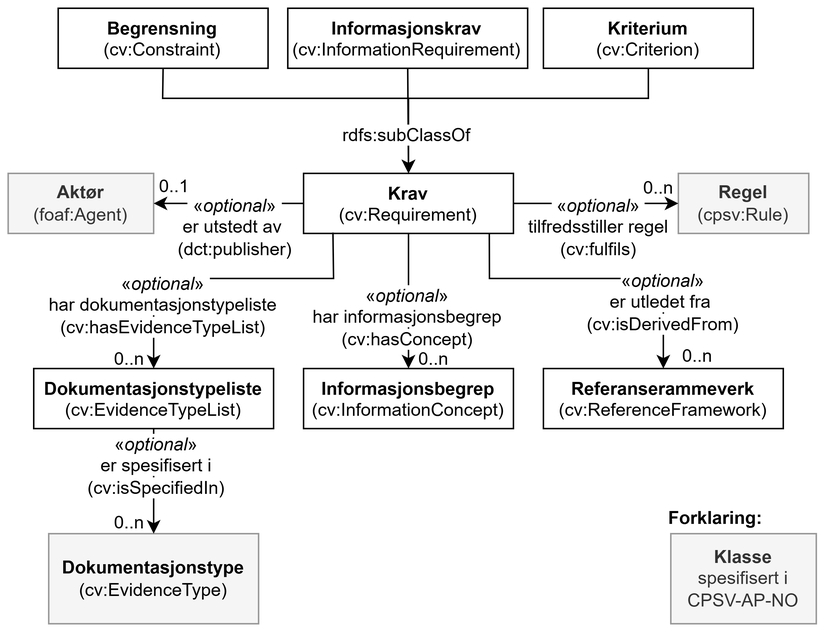
Informasjonsforvaltning/cccev-ap-no keeps this draw.io diagram as docs/images/CCCEV-AP-NO-klasser.png. Above is the earlier version. Source tidied: cells renumbered, new cells last; positions are measured from the earlier drawing's top-left corner, leaving out a move shared by most shapes.
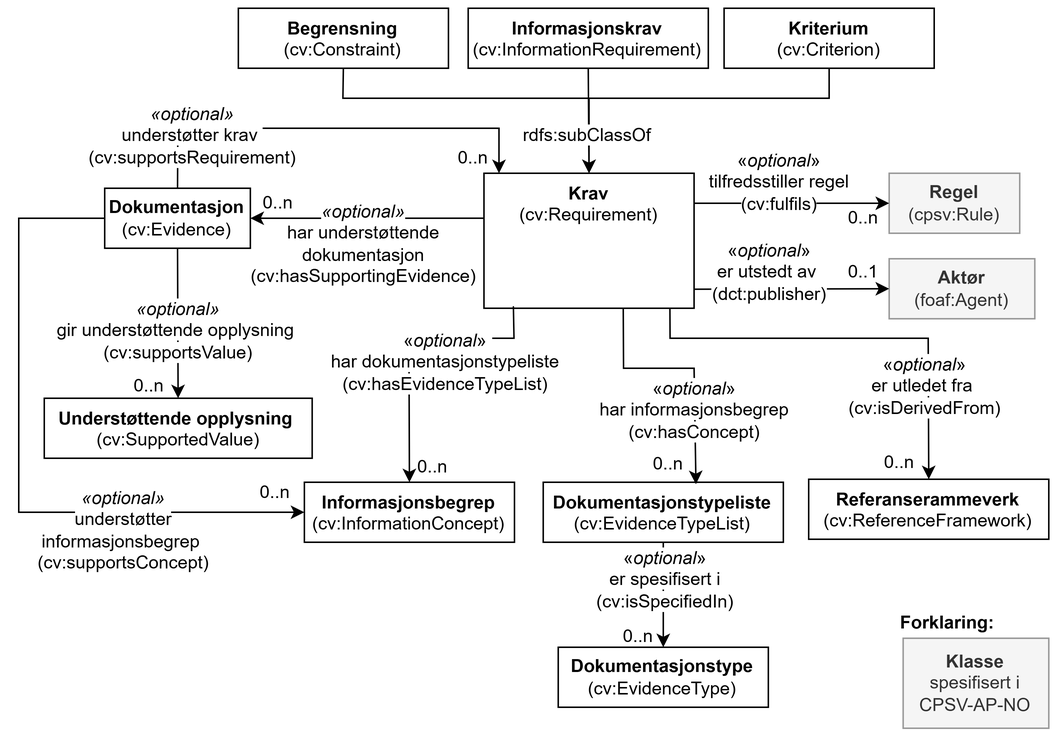
Above is the later version.

Commit message:
Oppdaterer fig, 1

Diff of the diagram source:
```diff
@@ -3,13 +3,13 @@
     <mxCell id="0" />
     <mxCell id="1" parent="0" />
     <mxCell id="2" value="&lt;b&gt;Krav&lt;br&gt;&lt;/b&gt;(cv:Requirement)" style="rounded=0;whiteSpace=wrap;html=1;verticalAlign=top;fontFamily=Helvetica;fontSize=12;fillColor=none;" parent="1" vertex="1">
-      <mxGeometry x="197" y="110" width="140" height="40" as="geometry" />
+      <mxGeometry x="197" y="110" width="140" height="90" as="geometry" />
     </mxCell>
     <mxCell id="3" value="&lt;b&gt;Begrensning&lt;/b&gt;&lt;br style=&quot;border-color: rgb(218, 218, 218);&quot;&gt;(cv:Constraint)" style="rounded=0;whiteSpace=wrap;html=1;verticalAlign=top;fontFamily=Helvetica;fontSize=12;fillColor=none;" parent="1" vertex="1">
       <mxGeometry x="33.3" width="140" height="40" as="geometry" />
     </mxCell>
     <mxCell id="4" value="&lt;b style=&quot;border-color: rgb(218, 218, 218);&quot;&gt;Informasjonsbegrep&lt;/b&gt;&lt;br style=&quot;border-color: rgb(218, 218, 218);&quot;&gt;(cv:InformationConcept)" style="rounded=0;whiteSpace=wrap;html=1;verticalAlign=top;fontFamily=Helvetica;fontSize=12;fillColor=none;" parent="1" vertex="1">
-      <mxGeometry x="197" y="240" width="140" height="40" as="geometry" />
+      <mxGeometry x="77.3" y="316" width="140" height="40" as="geometry" />
     </mxCell>
     <mxCell id="5" value="&lt;b style=&quot;border-color: rgb(218, 218, 218);&quot;&gt;Informasjonskrav&lt;/b&gt;&lt;br style=&quot;border-color: rgb(218, 218, 218);&quot;&gt;(cv:InformationRequirement)" style="rounded=0;whiteSpace=wrap;html=1;verticalAlign=top;fontFamily=Helvetica;fontSize=12;fillColor=none;" parent="1" vertex="1">
       <mxGeometry x="186.5" width="160" height="40" as="geometry" />
@@ -18,84 +18,90 @@
       <mxGeometry x="357" width="140" height="40" as="geometry" />
     </mxCell>
     <mxCell id="7" value="&lt;b&gt;Dokumentasjonstypeliste&lt;br&gt;&lt;/b&gt;(cv:EvidenceTypeList)" style="rounded=0;whiteSpace=wrap;html=1;verticalAlign=top;fontFamily=Helvetica;fontSize=12;fillColor=none;" parent="1" vertex="1">
-      <mxGeometry x="17" y="240" width="160" height="40" as="geometry" />
+      <mxGeometry x="236.5" y="316" width="160" height="40" as="geometry" />
     </mxCell>
     <mxCell id="8" value="&lt;b&gt;Referanserammeverk&lt;/b&gt;&lt;br&gt;(cv:ReferenceFramework)" style="rounded=0;whiteSpace=wrap;html=1;verticalAlign=top;fontFamily=Helvetica;fontSize=12;fillColor=none;" parent="1" vertex="1">
-      <mxGeometry x="357" y="240" width="160" height="40" as="geometry" />
+      <mxGeometry x="413.4" y="314" width="160" height="40" as="geometry" />
     </mxCell>
     <mxCell id="9" value="&lt;b&gt;Aktør&lt;/b&gt;&lt;br&gt;(foaf:Agent)" style="rounded=0;whiteSpace=wrap;html=1;fillColor=#f5f5f5;strokeColor=#999999;fontColor=#333333;" parent="1" vertex="1">
-      <mxGeometry x="-0.1" y="110" width="97" height="40" as="geometry" />
+      <mxGeometry x="467" y="167" width="97" height="40" as="geometry" />
     </mxCell>
     <mxCell id="10" value="&lt;b&gt;Regel&lt;/b&gt;&lt;br&gt;(cpsv:Rule)" style="rounded=0;whiteSpace=wrap;html=1;fillColor=#f5f5f5;strokeColor=#999999;fontColor=#333333;" parent="1" vertex="1">
-      <mxGeometry x="447" y="110" width="87" height="40" as="geometry" />
+      <mxGeometry x="467" y="110" width="87" height="40" as="geometry" />
     </mxCell>
-    <mxCell id="11" style="endArrow=classic;html=1;rounded=0;exitX=0;exitY=0.5;exitDx=0;exitDy=0;entryX=1;entryY=0.5;entryDx=0;entryDy=0;" parent="1" edge="1" source="2" target="9">
+    <mxCell id="11" style="endArrow=classic;html=1;rounded=0;exitX=1.002;exitY=0.859;exitDx=0;exitDy=0;exitPerimeter=0;entryX=0;entryY=0.5;entryDx=0;entryDy=0;" parent="1" edge="1" source="2" target="9">
       <mxGeometry relative="1" as="geometry" />
     </mxCell>
     <mxCell id="12" value="&lt;span style=&quot;background-color: rgb(255, 255, 255);&quot;&gt;&amp;nbsp;«&lt;i style=&quot;&quot;&gt;optional&lt;/i&gt;»&amp;nbsp;&lt;br&gt;er utstedt av&amp;nbsp;&lt;br&gt;(dct:publisher)&lt;/span&gt;" style="text;html=1;strokeColor=none;fillColor=none;align=center;verticalAlign=middle;whiteSpace=wrap;rounded=0;" parent="1" vertex="1">
-      <mxGeometry x="106.1" y="120" width="91" height="52" as="geometry" />
+      <mxGeometry x="342.1" y="150" width="91" height="52" as="geometry" />
     </mxCell>
-    <mxCell id="13" style="endArrow=classic;html=1;rounded=0;entryX=0;entryY=0.5;entryDx=0;entryDy=0;exitX=1;exitY=0.5;exitDx=0;exitDy=0;" parent="1" edge="1" source="2" target="10">
-      <mxGeometry relative="1" as="geometry" />
+    <mxCell id="13" style="endArrow=classic;html=1;rounded=0;entryX=0;entryY=0.5;entryDx=0;entryDy=0;" parent="1" edge="1" target="10">
+      <mxGeometry relative="1" as="geometry">
+        <mxPoint x="337" y="130" as="sourcePoint" />
+      </mxGeometry>
     </mxCell>
     <mxCell id="14" value="&lt;span style=&quot;background-color: rgb(255, 255, 255);&quot;&gt;&amp;nbsp;«&lt;i style=&quot;&quot;&gt;optional&lt;/i&gt;»&amp;nbsp;&lt;br&gt;tilfredsstiller regel&lt;br&gt;(cv:fulfils)&lt;/span&gt;" style="text;html=1;strokeColor=none;fillColor=none;align=center;verticalAlign=middle;whiteSpace=wrap;rounded=0;" parent="1" vertex="1">
-      <mxGeometry x="337" y="120" width="113.6" height="52" as="geometry" />
+      <mxGeometry x="337" y="90" width="113.6" height="52" as="geometry" />
     </mxCell>
     <mxCell id="15" value="0..1" style="text;html=1;strokeColor=none;fillColor=none;align=center;verticalAlign=middle;whiteSpace=wrap;rounded=0;" parent="1" vertex="1">
-      <mxGeometry x="98" y="109" width="26" height="20" as="geometry" />
+      <mxGeometry x="437" y="166" width="26" height="20" as="geometry" />
     </mxCell>
     <mxCell id="16" value="0..n" style="text;html=1;strokeColor=none;fillColor=none;align=center;verticalAlign=middle;whiteSpace=wrap;rounded=0;" parent="1" vertex="1">
-      <mxGeometry x="416.6" y="110" width="34" height="20" as="geometry" />
+      <mxGeometry x="433" y="130" width="34" height="20" as="geometry" />
     </mxCell>
-    <mxCell id="17" style="endArrow=classic;html=1;rounded=0;exitX=0.14;exitY=0.985;exitDx=0;exitDy=0;exitPerimeter=0;" parent="1" edge="1" source="2">
+    <mxCell id="17" style="endArrow=classic;html=1;rounded=0;exitX=0.14;exitY=0.985;exitDx=0;exitDy=0;exitPerimeter=0;entryX=0.5;entryY=0;entryDx=0;entryDy=0;" parent="1" edge="1" source="2" target="4">
       <mxGeometry relative="1" as="geometry">
-        <mxPoint x="97" y="240" as="targetPoint" />
         <Array as="points">
-          <mxPoint x="217" y="180" />
-          <mxPoint x="97" y="180" />
+          <mxPoint x="217" y="220" />
+          <mxPoint x="147" y="220" />
         </Array>
       </mxGeometry>
     </mxCell>
     <mxCell id="18" value="&lt;span style=&quot;background-color: rgb(255, 255, 255);&quot;&gt;&amp;nbsp;«&lt;i style=&quot;&quot;&gt;optional&lt;/i&gt;»&amp;nbsp;&lt;br&gt;&amp;nbsp;har dokumentasjonstypeliste&amp;nbsp;&lt;br&gt;(cv:hasEvidenceTypeList)&lt;/span&gt;" style="text;html=1;strokeColor=none;fillColor=none;align=center;verticalAlign=middle;whiteSpace=wrap;rounded=0;" parent="1" vertex="1">
-      <mxGeometry x="14.7" y="172" width="177.3" height="52" as="geometry" />
+      <mxGeometry x="82.5" y="210" width="177.3" height="52" as="geometry" />
     </mxCell>
-    <mxCell id="19" style="endArrow=classic;html=1;rounded=0;entryX=0.5;entryY=0;entryDx=0;entryDy=0;" parent="1" edge="1" source="2" target="4">
-      <mxGeometry relative="1" as="geometry" />
+    <mxCell id="19" style="endArrow=classic;html=1;rounded=0;entryX=0.636;entryY=0.033;entryDx=0;entryDy=0;exitX=0.663;exitY=0.996;exitDx=0;exitDy=0;exitPerimeter=0;entryPerimeter=0;" parent="1" edge="1" source="2" target="7">
+      <mxGeometry relative="1" as="geometry">
+        <Array as="points">
+          <mxPoint x="290" y="240" />
+          <mxPoint x="337" y="240" />
+        </Array>
+      </mxGeometry>
     </mxCell>
     <mxCell id="20" value="&lt;span style=&quot;background-color: rgb(255, 255, 255);&quot;&gt;«&lt;i style=&quot;&quot;&gt;optional&lt;/i&gt;»&lt;br&gt;&amp;nbsp;har informasjonsbegrep&amp;nbsp;&lt;br&gt;(cv:hasConcept)&lt;/span&gt;" style="text;html=1;strokeColor=none;fillColor=none;align=center;verticalAlign=middle;whiteSpace=wrap;rounded=0;" parent="1" vertex="1">
-      <mxGeometry x="192" y="180" width="149" height="52" as="geometry" />
+      <mxGeometry x="262.8" y="242" width="149" height="52" as="geometry" />
     </mxCell>
     <mxCell id="21" style="endArrow=classic;html=1;rounded=0;exitX=0.885;exitY=1.003;exitDx=0;exitDy=0;entryX=0.5;entryY=0;entryDx=0;entryDy=0;exitPerimeter=0;" parent="1" edge="1" source="2" target="8">
       <mxGeometry relative="1" as="geometry">
         <Array as="points">
-          <mxPoint x="321" y="180" />
-          <mxPoint x="437" y="180" />
+          <mxPoint x="321" y="220" />
+          <mxPoint x="493" y="220" />
         </Array>
       </mxGeometry>
     </mxCell>
     <mxCell id="22" value="&lt;span style=&quot;background-color: rgb(255, 255, 255);&quot;&gt;«&lt;i style=&quot;&quot;&gt;optional&lt;/i&gt;»&lt;br&gt;er utledet fra&amp;nbsp;&lt;br&gt;(cv:isDerivedFrom)&lt;/span&gt;" style="text;html=1;strokeColor=none;fillColor=none;align=center;verticalAlign=middle;whiteSpace=wrap;rounded=0;" parent="1" vertex="1">
-      <mxGeometry x="397" y="170" width="80" height="52" as="geometry" />
+      <mxGeometry x="450.6" y="226" width="80" height="52" as="geometry" />
     </mxCell>
     <mxCell id="23" value="0..n" style="text;html=1;strokeColor=none;fillColor=none;align=center;verticalAlign=middle;whiteSpace=wrap;rounded=0;" parent="1" vertex="1">
-      <mxGeometry x="64" y="224" width="34" height="20" as="geometry" />
+      <mxGeometry x="145.7" y="296" width="34" height="20" as="geometry" />
     </mxCell>
     <mxCell id="24" value="0..n" style="text;html=1;strokeColor=none;fillColor=none;align=center;verticalAlign=middle;whiteSpace=wrap;rounded=0;" parent="1" vertex="1">
-      <mxGeometry x="267" y="224" width="34" height="20" as="geometry" />
+      <mxGeometry x="303" y="294" width="34" height="20" as="geometry" />
     </mxCell>
     <mxCell id="25" value="0..n" style="text;html=1;strokeColor=none;fillColor=none;align=center;verticalAlign=middle;whiteSpace=wrap;rounded=0;" parent="1" vertex="1">
-      <mxGeometry x="443" y="222" width="34" height="20" as="geometry" />
+      <mxGeometry x="457" y="293" width="34" height="20" as="geometry" />
     </mxCell>
-    <mxCell id="26" value="&lt;b style=&quot;color: rgb(0, 0, 0);&quot;&gt;Dokumentasjonstype&lt;/b&gt;&lt;br style=&quot;color: rgb(0, 0, 0);&quot;&gt;&lt;span style=&quot;color: rgb(0, 0, 0);&quot;&gt;(cv:EvidenceType)&lt;/span&gt;" style="rounded=0;whiteSpace=wrap;html=1;fillColor=#f5f5f5;strokeColor=#999999;verticalAlign=middle;fontColor=#333333;" parent="1" vertex="1">
-      <mxGeometry x="27" y="350" width="140" height="60" as="geometry" />
+    <mxCell id="26" value="&lt;b style=&quot;color: rgb(0, 0, 0);&quot;&gt;Dokumentasjonstype&lt;/b&gt;&lt;br style=&quot;color: rgb(0, 0, 0);&quot;&gt;&lt;span style=&quot;color: rgb(0, 0, 0);&quot;&gt;(cv:EvidenceType)&lt;/span&gt;" style="rounded=0;whiteSpace=wrap;html=1;verticalAlign=middle;strokeColor=#000000;" parent="1" vertex="1">
+      <mxGeometry x="246.5" y="426" width="140" height="40" as="geometry" />
     </mxCell>
     <mxCell id="27" style="endArrow=classic;html=1;rounded=0;exitX=0.5;exitY=1;exitDx=0;exitDy=0;entryX=0.5;entryY=0;entryDx=0;entryDy=0;" parent="1" edge="1" source="7" target="26">
       <mxGeometry relative="1" as="geometry" />
     </mxCell>
     <mxCell id="28" value="&lt;span style=&quot;background-color: rgb(255, 255, 255);&quot;&gt;«&lt;i style=&quot;&quot;&gt;optional&lt;/i&gt;»&lt;br&gt;&lt;span style=&quot;text-align: left;&quot;&gt;er spesifisert i (cv:isSpecifiedIn)&lt;/span&gt;&lt;/span&gt;" style="text;html=1;strokeColor=none;fillColor=none;align=center;verticalAlign=middle;whiteSpace=wrap;rounded=0;" parent="1" vertex="1">
-      <mxGeometry x="44" y="280" width="110" height="50" as="geometry" />
+      <mxGeometry x="263.5" y="356" width="110" height="50" as="geometry" />
     </mxCell>
     <mxCell id="29" value="0..n" style="text;html=1;strokeColor=none;fillColor=none;align=center;verticalAlign=middle;whiteSpace=wrap;rounded=0;" parent="1" vertex="1">
-      <mxGeometry x="64" y="333" width="34" height="20" as="geometry" />
+      <mxGeometry x="283.5" y="409" width="34" height="20" as="geometry" />
     </mxCell>
     <mxCell id="30" style="endArrow=classic;html=1;rounded=0;exitX=0.5;exitY=1;exitDx=0;exitDy=0;entryX=0.5;entryY=0;entryDx=0;entryDy=0;" parent="1" edge="1" source="5" target="2">
       <mxGeometry relative="1" as="geometry" />
@@ -120,11 +126,67 @@
     <mxCell id="33" value="&lt;span style=&quot;background-color: rgb(255, 255, 255);&quot;&gt;rdfs:subClassOf&lt;/span&gt;" style="text;html=1;strokeColor=none;fillColor=none;align=center;verticalAlign=middle;whiteSpace=wrap;rounded=0;" parent="1" vertex="1">
       <mxGeometry x="236.5" y="70" width="60" height="30" as="geometry" />
     </mxCell>
+    <mxCell id="36" value="&lt;b&gt;Dokumentasjon&lt;/b&gt;&lt;br&gt;(cv:Evidence)" style="rounded=0;whiteSpace=wrap;html=1;fillColor=none;strokeColor=#000000;" parent="1" vertex="1">
+      <mxGeometry x="-55.7" y="120" width="97" height="40" as="geometry" />
+    </mxCell>
+    <mxCell id="37" style="endArrow=classic;html=1;rounded=0;exitX=0;exitY=0.333;exitDx=0;exitDy=0;exitPerimeter=0;entryX=1;entryY=0.5;entryDx=0;entryDy=0;" parent="1" edge="1" source="2" target="36">
+      <mxGeometry relative="1" as="geometry" />
+    </mxCell>
+    <mxCell id="38" value="&lt;span style=&quot;background-color: light-dark(#ffffff, var(--ge-dark-color, #121212));&quot;&gt;&lt;i&gt;«optional»&lt;br&gt;&lt;/i&gt;har understøttende dokumentasjon&lt;br&gt;(cv:hasSupportingEvidence)&lt;/span&gt;" style="text;html=1;whiteSpace=wrap;strokeColor=none;fillColor=none;align=center;verticalAlign=middle;rounded=0;" parent="1" vertex="1">
+      <mxGeometry x="87" y="142" width="60" height="30" as="geometry" />
+    </mxCell>
+    <mxCell id="39" value="0..n" style="text;html=1;strokeColor=none;fillColor=none;align=center;verticalAlign=middle;whiteSpace=wrap;rounded=0;" parent="1" vertex="1">
+      <mxGeometry x="43.3" y="120" width="34" height="20" as="geometry" />
+    </mxCell>
+    <mxCell id="40" style="group;" parent="1" vertex="1">
+      <mxGeometry x="476.3" y="400" width="97" height="80" as="geometry" />
+    </mxCell>
-    <mxCell id="34" value="&lt;b&gt;Klasse&lt;/b&gt;&lt;div&gt;spesifisert i CPSV-AP-NO&lt;/div&gt;" style="rounded=0;whiteSpace=wrap;html=1;fillColor=#f5f5f5;strokeColor=#999999;fontColor=#333333;" parent="1" vertex="1">
-      <mxGeometry x="442" y="350" width="97" height="60" as="geometry" />
+    <mxCell id="34" value="&lt;b&gt;Klasse&lt;/b&gt;&lt;div&gt;spesifisert i CPSV-AP-NO&lt;/div&gt;" style="rounded=0;whiteSpace=wrap;html=1;fillColor=#f5f5f5;strokeColor=#999999;fontColor=#333333;" parent="40" vertex="1">
+      <mxGeometry y="20" width="97" height="60" as="geometry" />
     </mxCell>
-    <mxCell id="35" value="&lt;b&gt;Forklaring:&lt;/b&gt;" style="text;html=1;whiteSpace=wrap;strokeColor=none;fillColor=none;align=center;verticalAlign=middle;rounded=0;" parent="1" vertex="1">
-      <mxGeometry x="442" y="330" width="60" height="20" as="geometry" />
+    <mxCell id="35" value="&lt;b&gt;Forklaring:&lt;/b&gt;" style="text;html=1;whiteSpace=wrap;strokeColor=none;fillColor=none;align=center;verticalAlign=middle;rounded=0;" parent="40" vertex="1">
+      <mxGeometry width="60" height="20" as="geometry" />
     </mxCell>
+    <mxCell id="41" value="&lt;div&gt;&lt;b&gt;Understøttende opplysning&amp;nbsp;&lt;/b&gt;&lt;/div&gt;&lt;div&gt;(cv:SupportedValue)&lt;/div&gt;" style="rounded=0;whiteSpace=wrap;html=1;verticalAlign=top;fontFamily=Helvetica;fontSize=12;fillColor=none;" parent="1" vertex="1">
+      <mxGeometry x="-96" y="260" width="178.5" height="40" as="geometry" />
+    </mxCell>
+    <mxCell id="42" style="endArrow=classic;html=1;rounded=0;exitX=0.5;exitY=1;exitDx=0;exitDy=0;" parent="1" edge="1" source="36" target="41">
+      <mxGeometry relative="1" as="geometry" />
+    </mxCell>
+    <mxCell id="43" value="&lt;div&gt;&lt;span style=&quot;background-color: light-dark(#ffffff, var(--ge-dark-color, #121212));&quot;&gt;&lt;i&gt;&amp;nbsp;&lt;/i&gt;&lt;/span&gt;&lt;span style=&quot;background-color: light-dark(#ffffff, var(--ge-dark-color, #121212));&quot;&gt;&lt;i&gt;«optional»&lt;/i&gt;&amp;nbsp;&lt;/span&gt;&lt;/div&gt;&lt;div&gt;&lt;span style=&quot;background-color: light-dark(#ffffff, var(--ge-dark-color, #121212));&quot;&gt;gir understøttende opplysning&amp;nbsp;&lt;/span&gt;&lt;/div&gt;&lt;div&gt;&lt;span style=&quot;background-color: light-dark(#ffffff, var(--ge-dark-color, #121212));&quot;&gt;(cv:supportsValue)&lt;/span&gt;&lt;/div&gt;" style="text;html=1;whiteSpace=wrap;strokeColor=none;fillColor=none;align=center;verticalAlign=middle;rounded=0;" parent="1" vertex="1">
+      <mxGeometry x="-89.8" y="200" width="167.2" height="30" as="geometry" />
+    </mxCell>
+    <mxCell id="44" value="0..n" style="text;html=1;strokeColor=none;fillColor=none;align=center;verticalAlign=middle;whiteSpace=wrap;rounded=0;" parent="1" vertex="1">
+      <mxGeometry x="-43" y="242" width="34" height="20" as="geometry" />
+    </mxCell>
+    <mxCell id="45" style="endArrow=classic;html=1;rounded=0;exitX=0.5;exitY=0;exitDx=0;exitDy=0;" parent="1" edge="1" source="36">
+      <mxGeometry relative="1" as="geometry">
+        <mxPoint x="207" y="110" as="targetPoint" />
+        <Array as="points">
+          <mxPoint x="-7" y="80" />
+          <mxPoint x="207" y="80" />
+        </Array>
+      </mxGeometry>
+    </mxCell>
+    <mxCell id="46" value="&lt;div&gt;&lt;span style=&quot;background-color: light-dark(#ffffff, var(--ge-dark-color, #121212));&quot;&gt;&amp;nbsp;&lt;i&gt;«optional»&lt;/i&gt;&amp;nbsp;&lt;/span&gt;&lt;/div&gt;&lt;div&gt;&lt;span style=&quot;background-color: light-dark(#ffffff, var(--ge-dark-color, #121212));&quot;&gt;understøtter krav&amp;nbsp;&lt;/span&gt;&lt;/div&gt;&lt;div&gt;&lt;span style=&quot;background-color: light-dark(#ffffff, var(--ge-dark-color, #121212));&quot;&gt;(cv:supportsRequirement)&lt;/span&gt;&lt;/div&gt;" style="text;html=1;whiteSpace=wrap;strokeColor=none;fillColor=none;align=center;verticalAlign=middle;rounded=0;" parent="1" vertex="1">
+      <mxGeometry x="-26.7" y="70" width="60" height="30" as="geometry" />
+    </mxCell>
+    <mxCell id="47" value="0..n" style="text;html=1;strokeColor=none;fillColor=none;align=center;verticalAlign=middle;whiteSpace=wrap;rounded=0;" parent="1" vertex="1">
+      <mxGeometry x="173.3" y="90" width="34" height="20" as="geometry" />
+    </mxCell>
+    <mxCell id="48" style="endArrow=classic;html=1;rounded=0;exitX=0;exitY=0.5;exitDx=0;exitDy=0;entryX=0;entryY=0.5;entryDx=0;entryDy=0;" parent="1" edge="1" source="36" target="4">
+      <mxGeometry relative="1" as="geometry">
+        <Array as="points">
+          <mxPoint x="-113" y="140" />
+          <mxPoint x="-113" y="336" />
+        </Array>
+      </mxGeometry>
+    </mxCell>
+    <mxCell id="49" value="0..n" style="text;html=1;strokeColor=none;fillColor=none;align=center;verticalAlign=middle;whiteSpace=wrap;rounded=0;" parent="1" vertex="1">
+      <mxGeometry x="41.3" y="313" width="34" height="20" as="geometry" />
+    </mxCell>
+    <mxCell id="50" value="&lt;div&gt;&lt;span style=&quot;background-color: light-dark(#ffffff, var(--ge-dark-color, #121212));&quot;&gt;&amp;nbsp;&lt;i&gt;«optional»&lt;/i&gt;&amp;nbsp;&lt;/span&gt;&lt;/div&gt;&lt;div&gt;&lt;span style=&quot;background-color: light-dark(#ffffff, var(--ge-dark-color, #121212));&quot;&gt;understøtter informasjonsbegrep&amp;nbsp;&lt;/span&gt;&lt;/div&gt;&lt;div&gt;&lt;span style=&quot;background-color: light-dark(#ffffff, var(--ge-dark-color, #121212));&quot;&gt;(cv:supportsConcept)&lt;/span&gt;&lt;/div&gt;" style="text;html=1;whiteSpace=wrap;strokeColor=none;fillColor=none;align=center;verticalAlign=middle;rounded=0;" parent="1" vertex="1">
+      <mxGeometry x="-73" y="333" width="60" height="30" as="geometry" />
+    </mxCell>
   </root>
 </mxGraphModel>
```
